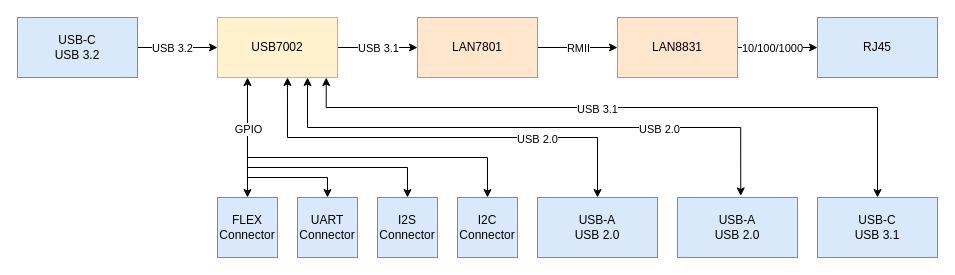
Above: Docs/System Design/system-overview.drawio in silardg/hub_project (draw.io), before the change. Source tidied: cells renumbered, new cells numbered last; positions are measured from the earlier drawing's top-left corner, leaving out a move shared by most shapes. Both pictures are drawn from the tidied source at 100%, with x=0, y=0 at pixel (17, 17).
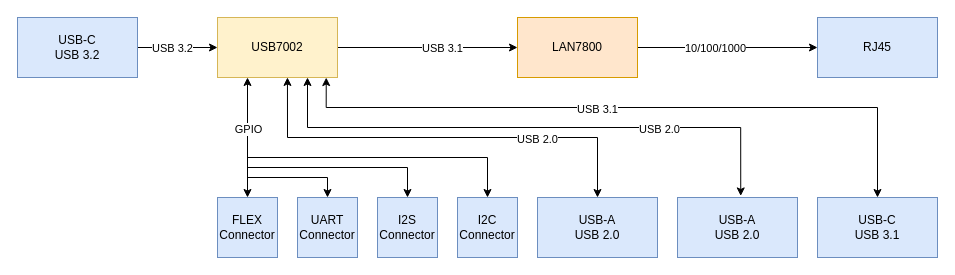
The same page after the edit.

The change refers to these unchanged cells:
```xml
<mxCell id="13" value="USB7002" style="rounded=0;whiteSpace=wrap;html=1;fillColor=#fff2cc;strokeColor=#d6b656;" parent="1" vertex="1">
  <mxGeometry x="200" width="120" height="60" as="geometry" />
</mxCell>
```

Diff of the diagram source:
```diff
@@
-    <mxCell id="5" style="edgeStyle=orthogonalEdgeStyle;rounded=0;jettySize=auto;html=1;" parent="1" edge="1" source="13" target="16">
+    <mxCell id="5" style="edgeStyle=orthogonalEdgeStyle;rounded=0;jettySize=auto;html=1;entryX=0;entryY=0.5;entryDx=0;entryDy=0;" parent="1" edge="1" source="13" target="19">
       <mxGeometry relative="1" as="geometry" />
     </mxCell>
@@
-    <mxCell id="14" style="edgeStyle=orthogonalEdgeStyle;rounded=0;jettySize=auto;html=1;" parent="1" edge="1" source="16" target="19">
-      <mxGeometry relative="1" as="geometry" />
-    </mxCell>
-    <mxCell id="15" value="RMII" style="edgeLabel;html=1;align=center;verticalAlign=middle;" parent="14" vertex="1">
-      <mxGeometry x="0.21" relative="1" as="geometry">
-        <mxPoint x="-8" as="offset" />
-      </mxGeometry>
-    </mxCell>
-    <mxCell id="16" value="LAN7801" style="rounded=0;whiteSpace=wrap;html=1;fillColor=#ffe6cc;strokeColor=#d79b00;" parent="1" vertex="1">
-      <mxGeometry x="400" width="120" height="60" as="geometry" />
-    </mxCell>
@@
-    <mxCell id="19" value="LAN8831" style="rounded=0;whiteSpace=wrap;html=1;fillColor=#ffe6cc;strokeColor=#d79b00;" parent="1" vertex="1">
-      <mxGeometry x="600" width="120" height="60" as="geometry" />
+    <mxCell id="19" value="LAN7800" style="rounded=0;whiteSpace=wrap;html=1;fillColor=#ffe6cc;strokeColor=#d79b00;" parent="1" vertex="1">
+      <mxGeometry x="500" width="120" height="60" as="geometry" />
     </mxCell>
```
